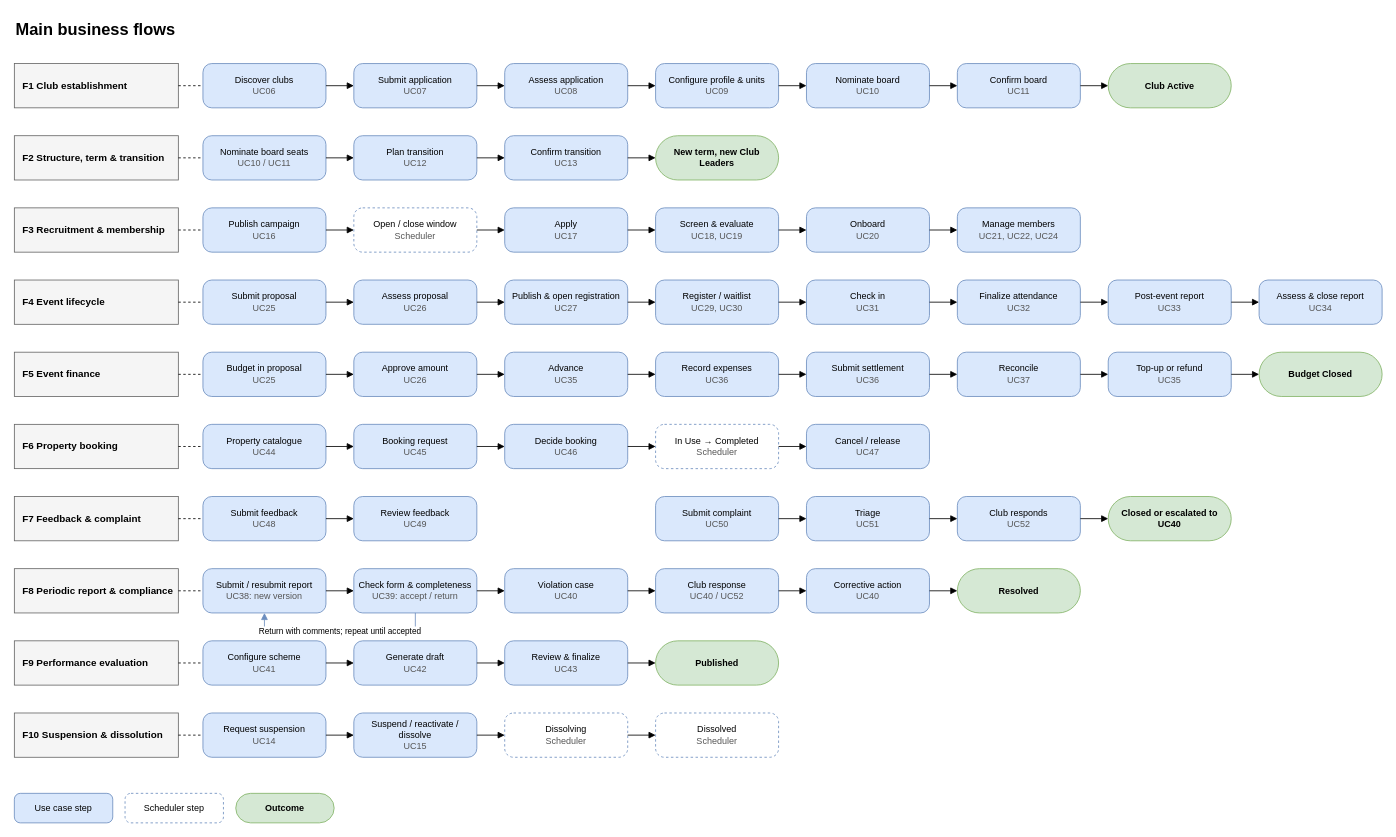
nvdekay/ClubManagementSystem keeps this draw.io diagram as page "Main business flows" (2 of 2) of docs/03-diagrams/UCMS_Organization_and_Flows.drawio. Above is the earlier version. Source tidied: cells renumbered, new cells numbered last; positions are measured from the earlier drawing's top-left corner, leaving out a move shared by most shapes. Both pictures are drawn from the tidied source at 82%, with x=0, y=0 at pixel (14, 14).
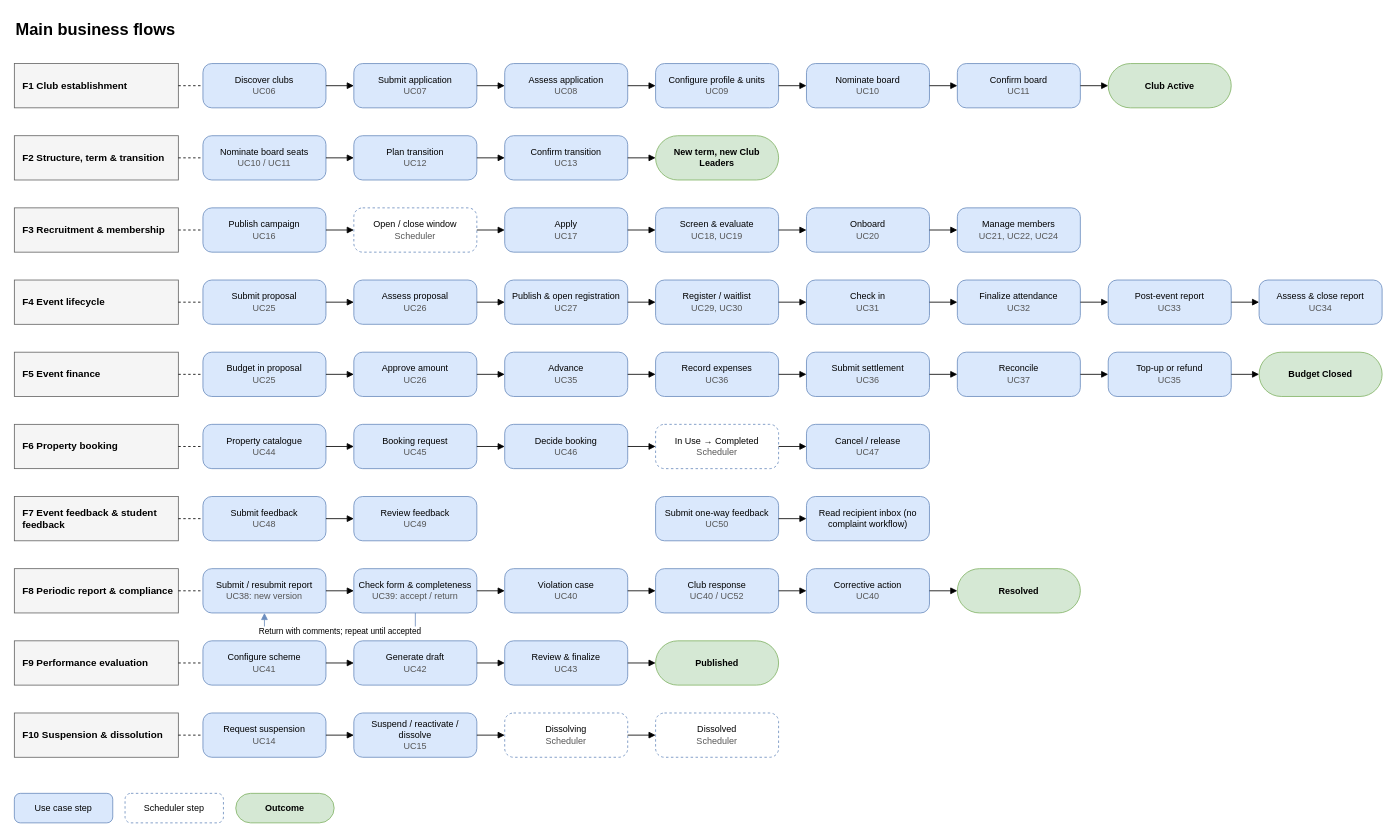
The same diagram, later.

What changed in the source:
```diff
@@
-    <mxCell id="85" value="F7 Feedback &amp; complaint" style="rounded=0;whiteSpace=wrap;html=1;fillColor=#f5f5f5;strokeColor=#666666;fontSize=12;fontStyle=1;align=left;spacingLeft=8;" parent="1" vertex="1">
+    <mxCell id="85" value="F7 Event feedback &amp; student feedback" style="rounded=0;whiteSpace=wrap;html=1;fillColor=#f5f5f5;strokeColor=#666666;fontSize=12;fontStyle=1;align=left;spacingLeft=8;" parent="1" vertex="1">
       <mxGeometry y="588" width="200" height="54" as="geometry" />
     </mxCell>
@@
-    <mxCell id="90" value="Submit complaint&lt;br&gt;&lt;font color=&quot;#555555&quot;&gt;UC50&lt;/font&gt;" style="rounded=1;arcSize=20;whiteSpace=wrap;html=1;fillColor=#dae8fc;strokeColor=#6c8ebf;fontSize=11;" parent="1" vertex="1">
+    <mxCell id="90" value="Submit one-way feedback&lt;br&gt;&lt;font color=&quot;#555555&quot;&gt;UC50&lt;/font&gt;" style="rounded=1;arcSize=20;whiteSpace=wrap;html=1;fillColor=#dae8fc;strokeColor=#6c8ebf;fontSize=11;" parent="1" vertex="1">
       <mxGeometry x="782" y="588" width="150" height="54" as="geometry" />
     </mxCell>
-    <mxCell id="91" value="Triage&lt;br&gt;&lt;font color=&quot;#555555&quot;&gt;UC51&lt;/font&gt;" style="rounded=1;arcSize=20;whiteSpace=wrap;html=1;fillColor=#dae8fc;strokeColor=#6c8ebf;fontSize=11;" parent="1" vertex="1">
+    <mxCell id="91" value="Read recipient inbox (no complaint workflow)" style="rounded=1;arcSize=20;whiteSpace=wrap;html=1;fillColor=#dae8fc;strokeColor=#6c8ebf;fontSize=11;" parent="1" vertex="1">
       <mxGeometry x="966" y="588" width="150" height="54" as="geometry" />
     </mxCell>
@@
-    <mxCell id="93" value="Club responds&lt;br&gt;&lt;font color=&quot;#555555&quot;&gt;UC52&lt;/font&gt;" style="rounded=1;arcSize=20;whiteSpace=wrap;html=1;fillColor=#dae8fc;strokeColor=#6c8ebf;fontSize=11;" parent="1" vertex="1">
-      <mxGeometry x="1150" y="588" width="150" height="54" as="geometry" />
-    </mxCell>
-    <mxCell id="94" style="endArrow=block;endFill=1;html=1;rounded=0;fontSize=11;labelBackgroundColor=#ffffff;" parent="1" edge="1" source="91" target="93">
-      <mxGeometry relative="1" as="geometry" />
-    </mxCell>
-    <mxCell id="95" value="Closed or escalated to UC40" style="rounded=1;arcSize=50;whiteSpace=wrap;html=1;fillColor=#d5e8d4;strokeColor=#82b366;fontSize=11;fontStyle=1;" parent="1" vertex="1">
-      <mxGeometry x="1334" y="588" width="150" height="54" as="geometry" />
-    </mxCell>
-    <mxCell id="96" style="endArrow=block;endFill=1;html=1;rounded=0;fontSize=11;labelBackgroundColor=#ffffff;" parent="1" edge="1" source="93" target="95">
-      <mxGeometry relative="1" as="geometry" />
-    </mxCell>
```
